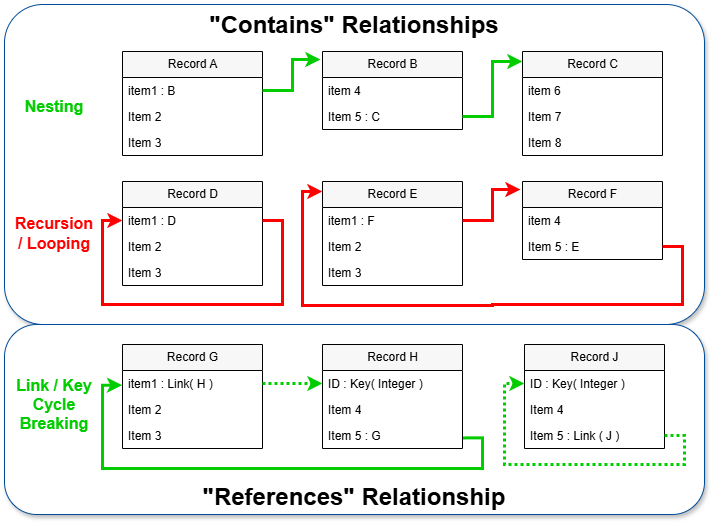
oasis-tcs/openc2-jadn-im keeps this draw.io diagram as images/JADN-contains-references.drawio.png. Above is the earlier version. Source tidied: cells renumbered, new cells last; positions are measured from the earlier drawing's top-left corner, leaving out a move shared by most shapes.
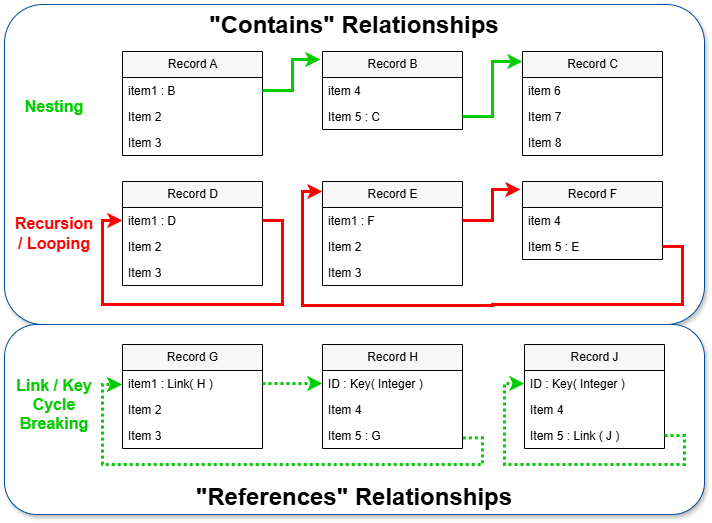
After the commit.

Commit message:
corrections / tweaks to contains-references figure

The edit, as a diff of the source:
```diff
@@ -5,7 +5,7 @@
     <mxCell id="2" value="&quot;Contains&quot; Relationships" style="rounded=1;whiteSpace=wrap;html=1;labelPosition=center;verticalLabelPosition=middle;align=center;verticalAlign=top;strokeColor=#004C99;fontSize=24;fontStyle=1;arcSize=12;shadow=1;" parent="1" vertex="1">
       <mxGeometry width="700" height="320" as="geometry" />
     </mxCell>
-    <mxCell id="3" value="&quot;References&quot;&amp;nbsp;&lt;span style=&quot;font-size: 24px;&quot;&gt;Relationship&lt;/span&gt;" style="rounded=1;whiteSpace=wrap;html=1;labelPosition=center;verticalLabelPosition=middle;align=center;verticalAlign=bottom;strokeColor=#004C99;arcSize=17;fontSize=24;fontStyle=1;shadow=1;" parent="1" vertex="1">
+    <mxCell id="3" value="&quot;References&quot;&amp;nbsp;&lt;span style=&quot;font-size: 24px;&quot;&gt;Relationships&lt;/span&gt;" style="rounded=1;whiteSpace=wrap;html=1;labelPosition=center;verticalLabelPosition=middle;align=center;verticalAlign=bottom;strokeColor=#004C99;arcSize=17;fontSize=24;fontStyle=1;shadow=1;" parent="1" vertex="1">
       <mxGeometry y="320" width="700" height="190" as="geometry" />
     </mxCell>
     <mxCell id="4" value="Types &amp; LInks" parent="0" />
@@ -127,12 +127,12 @@
     <mxCell id="38" style="edgeStyle=orthogonalEdgeStyle;rounded=0;jettySize=auto;html=1;exitX=1;exitY=0.5;exitDx=0;exitDy=0;entryX=0;entryY=0.5;entryDx=0;entryDy=0;dashed=1;strokeWidth=3;strokeColor=#00CC00;dashPattern=1 1;" parent="4" edge="1" source="35" target="41">
       <mxGeometry relative="1" as="geometry" />
     </mxCell>
-    <mxCell id="39" style="edgeStyle=orthogonalEdgeStyle;rounded=0;jettySize=auto;html=1;exitX=1.003;exitY=0.594;exitDx=0;exitDy=0;entryX=-0.002;entryY=0.565;entryDx=0;entryDy=0;entryPerimeter=0;exitPerimeter=0;strokeWidth=3;strokeColor=#00CC00;" parent="4" edge="1" source="43" target="35">
+    <mxCell id="39" style="edgeStyle=orthogonalEdgeStyle;rounded=0;jettySize=auto;html=1;exitX=1.003;exitY=0.594;exitDx=0;exitDy=0;entryX=-0.002;entryY=0.565;entryDx=0;entryDy=0;entryPerimeter=0;exitPerimeter=0;strokeWidth=3;strokeColor=#00CC00;dashed=1;dashPattern=1 1;" parent="4" edge="1" source="43" target="35">
       <mxGeometry relative="1" as="geometry">
         <Array as="points">
           <mxPoint x="478" y="433" />
-          <mxPoint x="478" y="464" />
-          <mxPoint x="98" y="464" />
+          <mxPoint x="478" y="460" />
+          <mxPoint x="98" y="460" />
           <mxPoint x="98" y="380" />
           <mxPoint x="118" y="380" />
         </Array>
```
